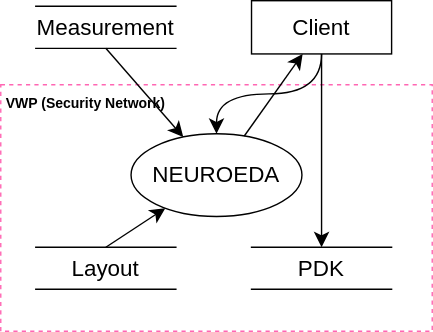
Before: context_diagram.svg, a diagram exported from draw.io (with2say/swarchitect). Source tidied: cells renumbered, new cells last; positions are measured from the earlier drawing's top-left corner, leaving out a move shared by most shapes.
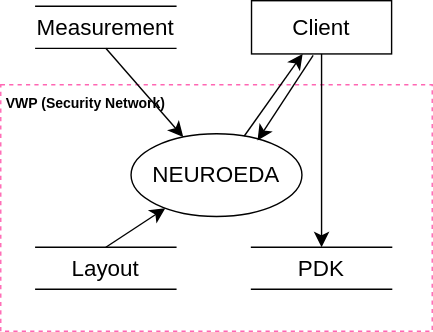
The same file after the commit.

Change to the diagram source:
```diff
@@ -23,9 +23,6 @@
     <mxCell id="8" style="endArrow=classic;html=1;rounded=0;fontSize=12;startSize=8;endSize=8;curved=1;exitX=0.5;exitY=1;exitDx=0;exitDy=0;" parent="1" edge="1" source="6" target="4">
       <mxGeometry relative="1" as="geometry" />
     </mxCell>
-    <mxCell id="9" style="endArrow=classic;html=1;rounded=0;fontSize=12;startSize=8;endSize=8;curved=1;exitX=0.5;exitY=1;exitDx=0;exitDy=0;edgeStyle=orthogonalEdgeStyle;" parent="1" edge="1" source="10" target="4">
-      <mxGeometry relative="1" as="geometry" />
-    </mxCell>
     <mxCell id="10" value="Client" style="rounded=0;whiteSpace=wrap;html=1;fontSize=16;" parent="1" vertex="1">
       <mxGeometry x="179" width="100" height="38" as="geometry" />
     </mxCell>
@@ -35,5 +32,11 @@
     <mxCell id="12" style="curved=1;endArrow=classic;html=1;rounded=0;fontSize=12;startSize=8;endSize=8;" parent="1" edge="1" source="4" target="10">
       <mxGeometry relative="1" as="geometry" />
     </mxCell>
+    <mxCell id="13" style="curved=1;endArrow=classic;html=1;rounded=0;fontSize=12;startSize=8;endSize=8;entryX=1;entryY=0;entryDx=0;entryDy=0;" parent="1" edge="1">
+      <mxGeometry relative="1" as="geometry">
+        <mxPoint x="223" y="39" as="sourcePoint" />
+        <mxPoint x="183.3" y="99.7" as="targetPoint" />
+      </mxGeometry>
+    </mxCell>
   </root>
 </mxGraphModel>
```
